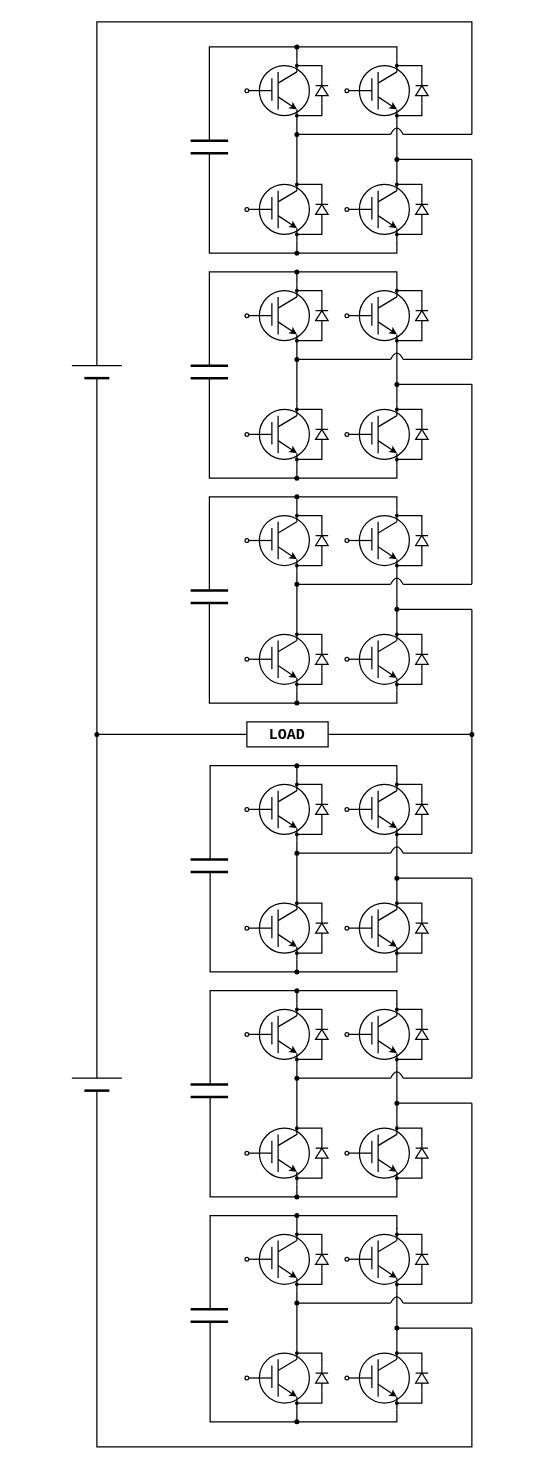
thece36/drawio keeps this draw.io diagram as 1PH_MMC_1LEG_v1.drawio. Above is the earlier version. Source tidied: cells renumbered, new cells numbered last; positions are measured from the earlier drawing's top-left corner, leaving out a move shared by most shapes. Both pictures are drawn from the tidied source at 125%, with x=0, y=0 at pixel (71, 21).
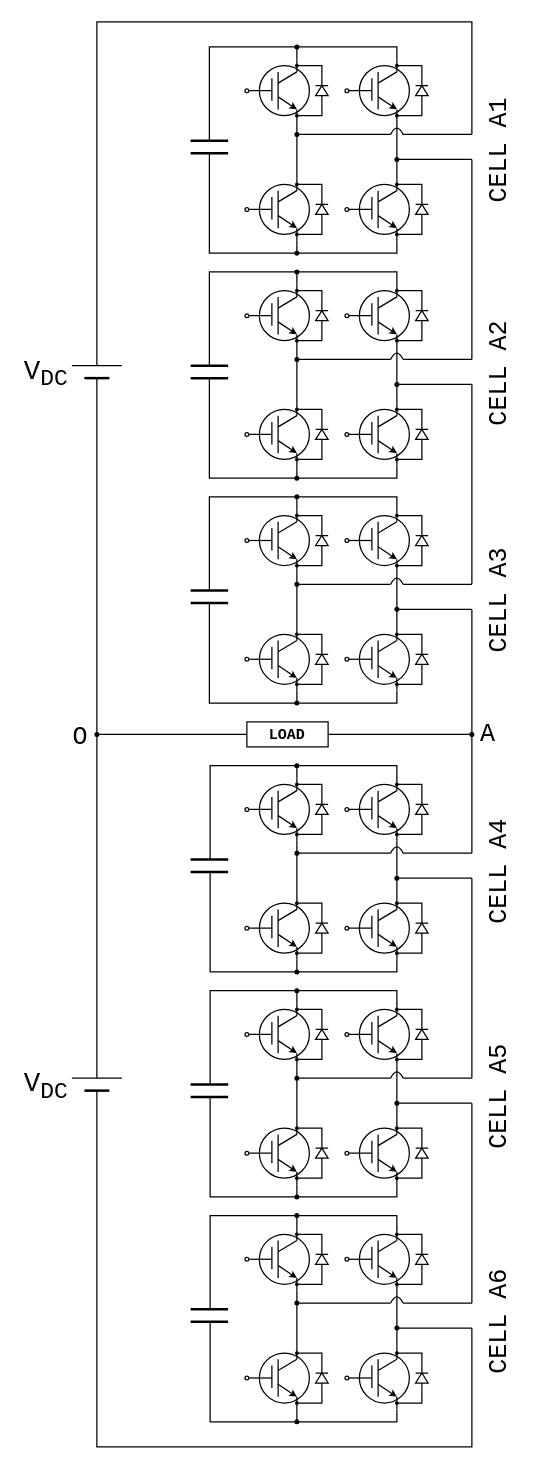
The same diagram, later.

The edit, as a diff of the source:
```diff
@@
+    <mxCell id="377" value="&lt;font style=&quot;font-size: 22px&quot; face=&quot;Courier New&quot;&gt;V&lt;sub&gt;DC&lt;/sub&gt;&lt;/font&gt;" style="text;html=1;align=left;verticalAlign=top;spacingTop=-4;" parent="1" vertex="1">
+      <mxGeometry x="-40" y="265" width="50" height="25" as="geometry" />
+    </mxCell>
+    <mxCell id="378" value="&lt;font style=&quot;font-size: 22px&quot; face=&quot;Courier New&quot;&gt;V&lt;sub&gt;DC&lt;/sub&gt;&lt;/font&gt;" style="text;html=1;align=left;verticalAlign=top;spacingTop=-4;" parent="1" vertex="1">
+      <mxGeometry x="-40" y="835" width="50" height="25" as="geometry" />
+    </mxCell>
+    <mxCell id="379" value="&lt;font style=&quot;font-size: 20px&quot; face=&quot;Courier New&quot;&gt;CELL A1&lt;/font&gt;" style="text;html=1;align=left;verticalAlign=top;spacingTop=-4;direction=west;rotation=-90;" parent="1" vertex="1">
+      <mxGeometry x="290" y="90" width="95" height="20" as="geometry" />
+    </mxCell>
+    <mxCell id="380" value="&lt;font style=&quot;font-size: 20px&quot; face=&quot;Courier New&quot;&gt;CELL A2&lt;/font&gt;" style="text;html=1;align=left;verticalAlign=top;spacingTop=-4;direction=west;rotation=-90;" parent="1" vertex="1">
+      <mxGeometry x="290" y="268.5" width="95" height="20" as="geometry" />
+    </mxCell>
+    <mxCell id="381" value="&lt;font style=&quot;font-size: 20px&quot; face=&quot;Courier New&quot;&gt;CELL A3&lt;/font&gt;" style="text;html=1;align=left;verticalAlign=top;spacingTop=-4;direction=west;rotation=-90;" parent="1" vertex="1">
+      <mxGeometry x="290" y="450" width="95" height="20" as="geometry" />
+    </mxCell>
+    <mxCell id="382" value="&lt;font style=&quot;font-size: 20px&quot; face=&quot;Courier New&quot;&gt;A&lt;/font&gt;" style="text;html=1;align=left;verticalAlign=top;spacingTop=-4;" parent="1" vertex="1">
+      <mxGeometry x="325" y="556" width="25" height="20" as="geometry" />
+    </mxCell>
+    <mxCell id="383" value="&lt;font style=&quot;font-size: 20px&quot; face=&quot;Courier New&quot;&gt;O&lt;/font&gt;" style="text;html=1;align=left;verticalAlign=top;spacingTop=-4;" parent="1" vertex="1">
+      <mxGeometry x="-1.5" y="558" width="25" height="20" as="geometry" />
+    </mxCell>
+    <mxCell id="384" value="&lt;font style=&quot;font-size: 20px&quot; face=&quot;Courier New&quot;&gt;CELL A4&lt;/font&gt;" style="text;html=1;align=left;verticalAlign=top;spacingTop=-4;direction=west;rotation=-90;" parent="1" vertex="1">
+      <mxGeometry x="290" y="667" width="95" height="20" as="geometry" />
+    </mxCell>
+    <mxCell id="385" value="&lt;font style=&quot;font-size: 20px&quot; face=&quot;Courier New&quot;&gt;CELL A5&lt;/font&gt;" style="text;html=1;align=left;verticalAlign=top;spacingTop=-4;direction=west;rotation=-90;" parent="1" vertex="1">
+      <mxGeometry x="290" y="847" width="95" height="20" as="geometry" />
+    </mxCell>
+    <mxCell id="386" value="&lt;font style=&quot;font-size: 20px&quot; face=&quot;Courier New&quot;&gt;CELL A6&lt;/font&gt;" style="text;html=1;align=left;verticalAlign=top;spacingTop=-4;direction=west;rotation=-90;" parent="1" vertex="1">
+      <mxGeometry x="290" y="1027" width="95" height="20" as="geometry" />
+    </mxCell>
```
